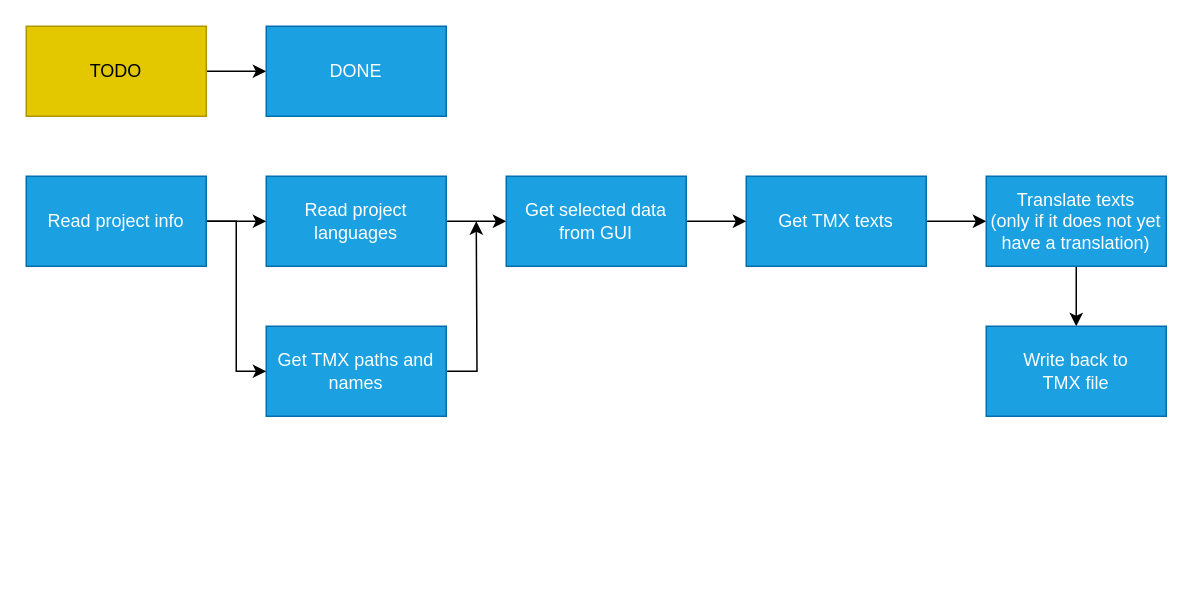
Before: TranslateTmx.drawio in br-automation-com/translate-tmx, a draw.io diagram. Source tidied: cells renumbered, new cells numbered last; positions are measured from the earlier drawing's top-left corner, leaving out a move shared by most shapes. Both pictures are drawn from the tidied source at 150%, with x=0, y=0 at pixel (26, 26).
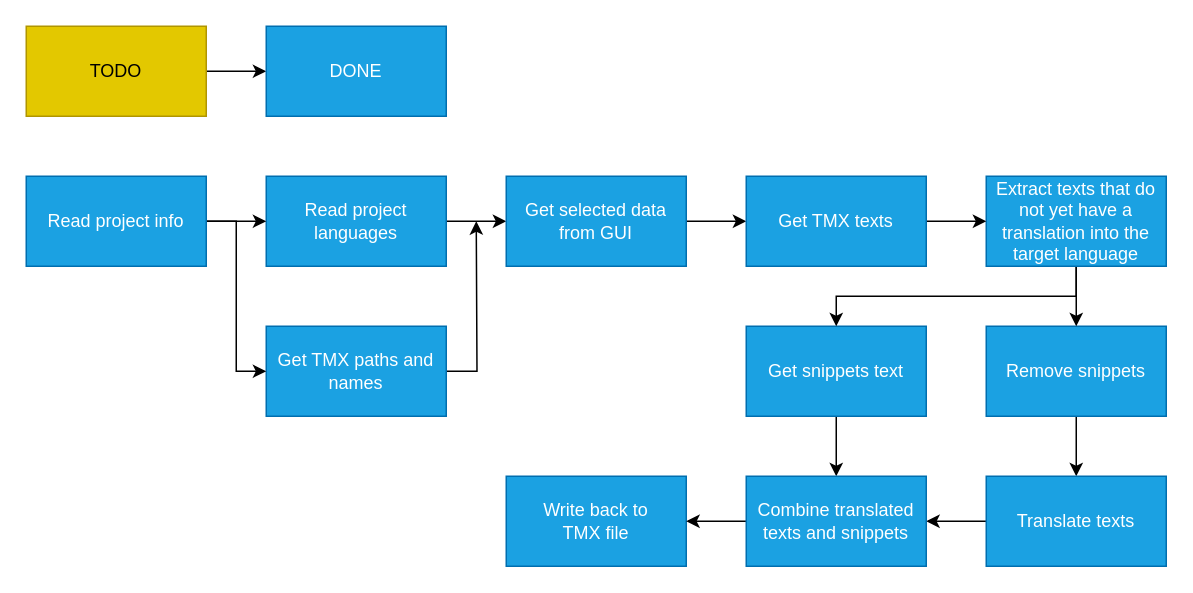
The same diagram, later.

Commit message (it also covers changes not shown here):
v1.1.0 - Non-translation of snippets

The change refers to these unchanged cells:
```xml
<mxCell id="18" value="Get selected data from GUI" style="whiteSpace=wrap;html=1;fillColor=#1ba1e2;strokeColor=#006EAF;rounded=0;fontColor=#ffffff;" parent="1" vertex="1">
  <mxGeometry x="320" y="100" width="120" height="60" as="geometry" />
</mxCell>
```

Diff of the diagram source:
```diff
@@
-    <mxCell id="8" value="Get TMX texts" style="whiteSpace=wrap;html=1;fillColor=#1ba1e2;strokeColor=#006EAF;rounded=0;fontColor=#ffffff;" parent="1" vertex="1">
-      <mxGeometry x="480" y="100" width="120" height="60" as="geometry" />
+    <mxCell id="8" value="Remove snippets" style="whiteSpace=wrap;html=1;fillColor=#1ba1e2;strokeColor=#006EAF;rounded=0;fontColor=#ffffff;" parent="1" vertex="1">
+      <mxGeometry x="640" y="200" width="120" height="60" as="geometry" />
     </mxCell>
-    <mxCell id="9" style="edgeStyle=orthogonalEdgeStyle;rounded=0;jettySize=auto;html=1;" parent="1" edge="1" source="10" target="11">
-      <mxGeometry relative="1" as="geometry" />
-    </mxCell>
+    <mxCell id="19" style="edgeStyle=orthogonalEdgeStyle;rounded=0;jettySize=auto;html=1;entryX=1;entryY=0.5;entryDx=0;entryDy=0;" parent="1" edge="1" source="10" target="24">
+      <mxGeometry relative="1" as="geometry" />
+    </mxCell>
-    <mxCell id="10" value="Translate texts&lt;br&gt;(only if it does not yet have a translation)" style="whiteSpace=wrap;html=1;fillColor=#1ba1e2;strokeColor=#006EAF;rounded=0;fontColor=#ffffff;" parent="1" vertex="1">
-      <mxGeometry x="640" y="100" width="120" height="60" as="geometry" />
+    <mxCell id="10" value="Translate texts" style="whiteSpace=wrap;html=1;fillColor=#1ba1e2;strokeColor=#006EAF;rounded=0;fontColor=#ffffff;" parent="1" vertex="1">
+      <mxGeometry x="640" y="300" width="120" height="60" as="geometry" />
     </mxCell>
     <mxCell id="11" value="Write back to&lt;br&gt;TMX file" style="whiteSpace=wrap;html=1;fillColor=#1ba1e2;strokeColor=#006EAF;rounded=0;fontColor=#ffffff;" parent="1" vertex="1">
-      <mxGeometry x="640" y="200" width="120" height="60" as="geometry" />
+      <mxGeometry x="320" y="300" width="120" height="60" as="geometry" />
     </mxCell>
@@
-    <mxCell id="17" style="edgeStyle=orthogonalEdgeStyle;rounded=0;jettySize=auto;html=1;" parent="1" edge="1" source="18" target="8">
-      <mxGeometry relative="1" as="geometry" />
-    </mxCell>
+    <mxCell id="20" style="edgeStyle=orthogonalEdgeStyle;rounded=0;jettySize=auto;html=1;" parent="1" edge="1" source="18" target="29">
+      <mxGeometry relative="1" as="geometry" />
+    </mxCell>
@@
+    <mxCell id="21" style="edgeStyle=orthogonalEdgeStyle;rounded=0;jettySize=auto;html=1;" parent="1" edge="1" source="22" target="24">
+      <mxGeometry relative="1" as="geometry" />
+    </mxCell>
+    <mxCell id="22" value="Get snippets text" style="whiteSpace=wrap;html=1;fillColor=#1ba1e2;strokeColor=#006EAF;rounded=0;fontColor=#ffffff;" parent="1" vertex="1">
+      <mxGeometry x="480" y="200" width="120" height="60" as="geometry" />
+    </mxCell>
+    <mxCell id="23" style="edgeStyle=orthogonalEdgeStyle;rounded=0;jettySize=auto;html=1;" parent="1" edge="1" source="24" target="11">
+      <mxGeometry relative="1" as="geometry" />
+    </mxCell>
+    <mxCell id="24" value="Combine translated texts and snippets" style="whiteSpace=wrap;html=1;fillColor=#1ba1e2;strokeColor=#006EAF;fontColor=#ffffff;rounded=0;" parent="1" vertex="1">
+      <mxGeometry x="480" y="300" width="120" height="60" as="geometry" />
+    </mxCell>
+    <mxCell id="25" style="edgeStyle=orthogonalEdgeStyle;rounded=0;jettySize=auto;html=1;" parent="1" edge="1" source="27" target="8">
+      <mxGeometry relative="1" as="geometry" />
+    </mxCell>
+    <mxCell id="26" style="edgeStyle=orthogonalEdgeStyle;rounded=0;jettySize=auto;html=1;exitX=0.5;exitY=1;exitDx=0;exitDy=0;" parent="1" edge="1" source="27" target="22">
+      <mxGeometry relative="1" as="geometry">
+        <Array as="points">
+          <mxPoint x="700" y="180" />
+          <mxPoint x="540" y="180" />
+        </Array>
+      </mxGeometry>
+    </mxCell>
+    <mxCell id="27" value="Extract texts that do not yet have a translation into the target language" style="whiteSpace=wrap;html=1;fillColor=#1ba1e2;strokeColor=#006EAF;rounded=0;fontColor=#ffffff;" parent="1" vertex="1">
+      <mxGeometry x="640" y="100" width="120" height="60" as="geometry" />
+    </mxCell>
+    <mxCell id="28" style="edgeStyle=orthogonalEdgeStyle;rounded=0;jettySize=auto;html=1;" parent="1" edge="1" source="29" target="27">
+      <mxGeometry relative="1" as="geometry" />
+    </mxCell>
+    <mxCell id="29" value="Get TMX texts" style="whiteSpace=wrap;html=1;fillColor=#1ba1e2;strokeColor=#006EAF;rounded=0;fontColor=#ffffff;" parent="1" vertex="1">
+      <mxGeometry x="480" y="100" width="120" height="60" as="geometry" />
+    </mxCell>
```
